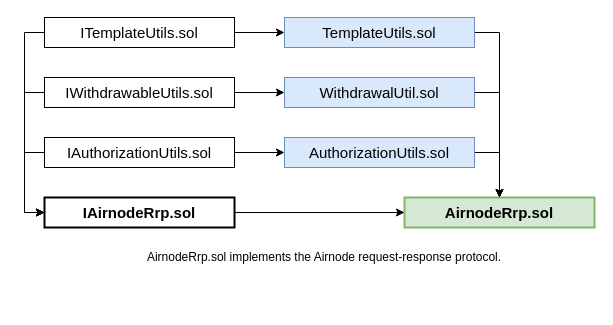
Earlier version of the draw.io diagram docs/next/assets/diagrams/RRP-protocol-contracts.drawio (api3dao/old-api3-docs). Source tidied: cells renumbered, new cells numbered last; positions are measured from the earlier drawing's top-left corner, leaving out a move shared by most shapes. Both pictures are drawn from the tidied source at 100%, with x=0, y=0 at pixel (44, 17).
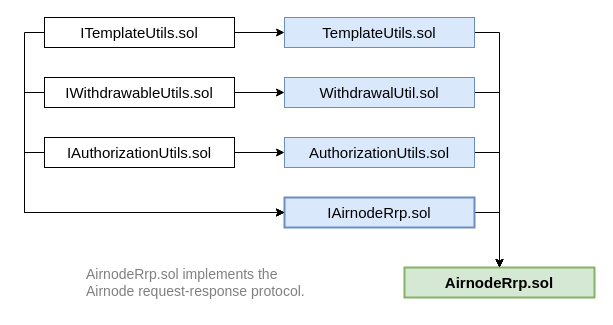
After the change.

Commit message (it also covers changes not shown here):
Changing diagram to reflect v0.1.0 contract inheritance.

What changed in the source:
```diff
@@
     <mxCell id="2" value="AirnodeRrp.sol" style="rounded=0;whiteSpace=wrap;html=1;strokeWidth=2;fontStyle=1;fontSize=15;fillColor=#d5e8d4;strokeColor=#82b366;" parent="1" vertex="1">
-      <mxGeometry x="360" y="180" width="190" height="30" as="geometry" />
+      <mxGeometry x="360" y="250" width="190" height="30" as="geometry" />
     </mxCell>
@@
-    <mxCell id="8" style="edgeStyle=orthogonalEdgeStyle;rounded=0;jettySize=auto;html=1;entryX=0;entryY=0.5;entryDx=0;entryDy=0;fontSize=15;" parent="1" edge="1" source="9" target="2">
+    <mxCell id="8" style="edgeStyle=orthogonalEdgeStyle;rounded=0;jettySize=auto;html=1;entryX=0.5;entryY=0;entryDx=0;entryDy=0;fontSize=15;exitX=1;exitY=0.5;exitDx=0;exitDy=0;" parent="1" edge="1" source="9" target="2">
       <mxGeometry relative="1" as="geometry" />
     </mxCell>
-    <mxCell id="9" value="&lt;span style=&quot;font-weight: 700&quot;&gt;IAirnodeRrp.sol&lt;/span&gt;" style="rounded=0;whiteSpace=wrap;html=1;fontSize=15;strokeWidth=2;" parent="1" vertex="1">
-      <mxGeometry y="180" width="190" height="30" as="geometry" />
+    <mxCell id="9" value="IAirnodeRrp.sol" style="rounded=0;whiteSpace=wrap;html=1;fontSize=15;strokeWidth=2;fillColor=#dae8fc;strokeColor=#6c8ebf;" parent="1" vertex="1">
+      <mxGeometry x="240" y="180" width="190" height="30" as="geometry" />
     </mxCell>
@@
-    <mxCell id="14" value="AirnodeRrp.sol implements the Airnode request-response protocol." style="text;html=1;strokeColor=none;fillColor=none;align=center;verticalAlign=middle;whiteSpace=wrap;rounded=0;fontSize=12;fontStyle=0;" parent="1" vertex="1">
-      <mxGeometry x="100" y="230" width="360" height="20" as="geometry" />
+    <mxCell id="14" value="AirnodeRrp.sol implements the Airnode request-response protocol." style="text;html=1;strokeColor=none;fillColor=none;align=left;verticalAlign=middle;whiteSpace=wrap;rounded=0;fontSize=14;fontStyle=0;fontColor=#808080;" parent="1" vertex="1">
+      <mxGeometry x="40" y="240" width="240" height="50" as="geometry" />
     </mxCell>
```
